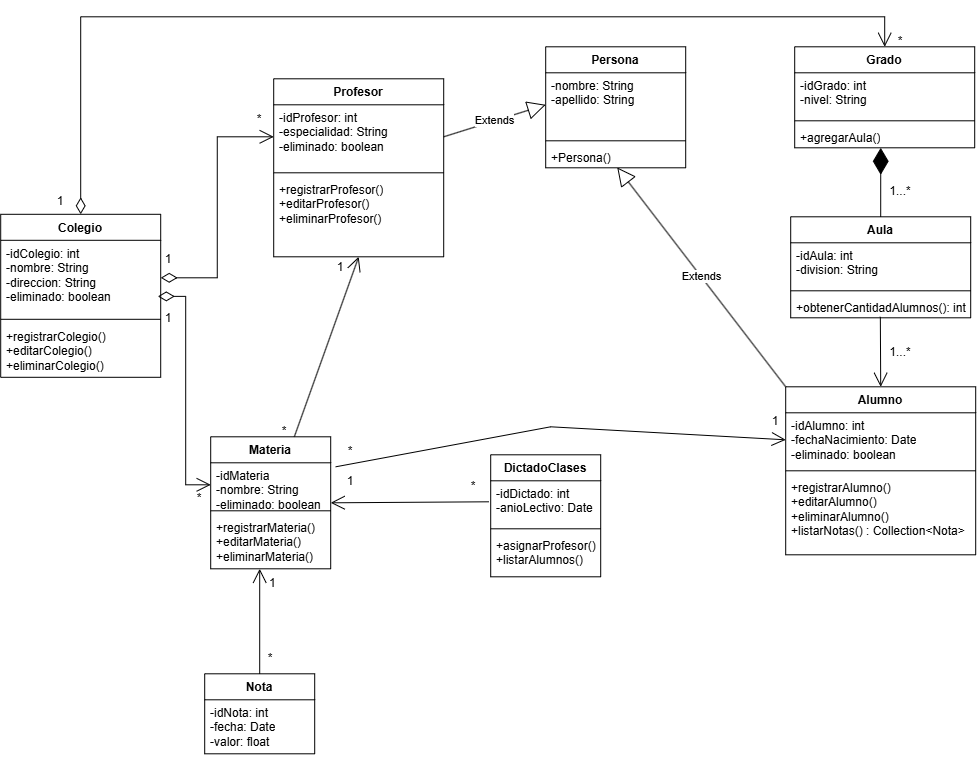
The draw.io diagram TRABAJO-PRACTICO-GUIA-NO-1/EJERCICIO6/a.AyD/DDC-NUEVAS-FUNCIONALIDADES-EJ6.drawio.png in GabrielLeiva05/IS2-2026-33-DE-ESPADAS, before a commit. Source tidied: cells renumbered, new cells last; positions are measured from the earlier drawing's top-left corner, leaving out a move shared by most shapes.
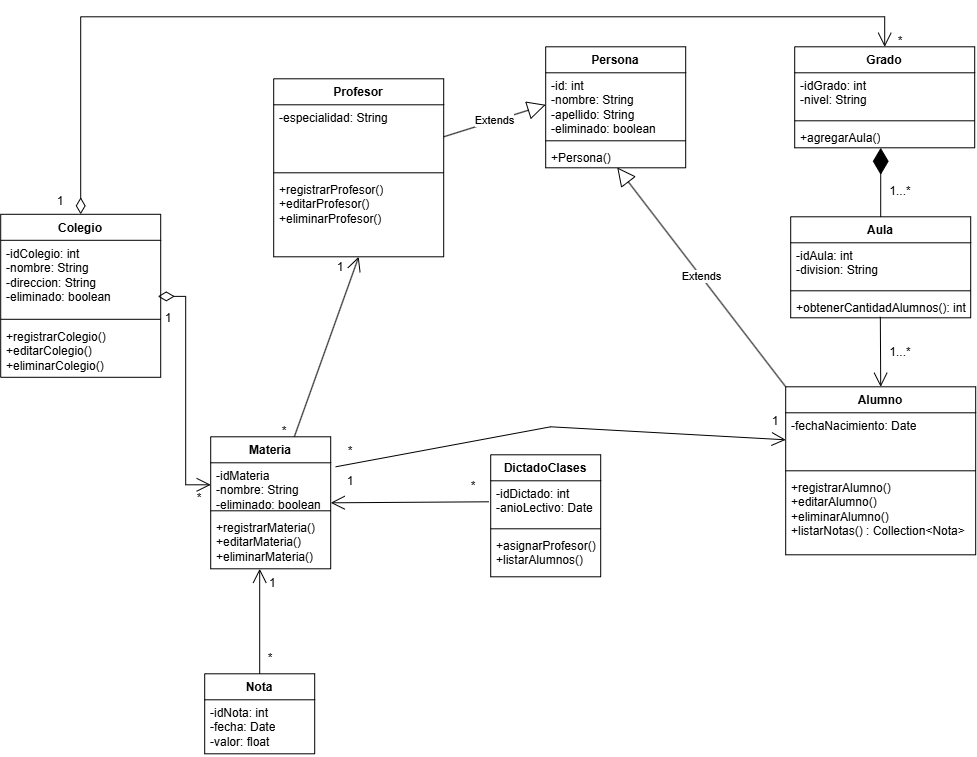
After the change.

Commit message:
Modifico el DCD del ej6.

Change to the diagram source:
```diff
@@ -5,7 +5,7 @@
     <mxCell id="2" value="Alumno" style="swimlane;fontStyle=1;align=center;verticalAlign=top;horizontal=1;startSize=26;whiteSpace=wrap;html=1;" parent="1" vertex="1">
       <mxGeometry x="785" y="370" width="190" height="168" as="geometry" />
     </mxCell>
-    <mxCell id="3" value="-idAlumno: int&lt;div&gt;-fechaNacimiento: Date&lt;/div&gt;&lt;div&gt;-eliminado: boolean&lt;/div&gt;" style="text;strokeColor=none;fillColor=none;align=left;verticalAlign=top;spacingLeft=4;spacingRight=4;overflow=hidden;points=[[0,0.5],[1,0.5]];portConstraint=eastwest;whiteSpace=wrap;html=1;" parent="2" vertex="1">
+    <mxCell id="3" value="&lt;div&gt;-fechaNacimiento: Date&lt;/div&gt;&lt;div&gt;&lt;br&gt;&lt;/div&gt;" style="text;strokeColor=none;fillColor=none;align=left;verticalAlign=top;spacingLeft=4;spacingRight=4;overflow=hidden;points=[[0,0.5],[1,0.5]];portConstraint=eastwest;whiteSpace=wrap;html=1;" parent="2" vertex="1">
       <mxGeometry y="26" width="190" height="54" as="geometry" />
     </mxCell>
     <mxCell id="4" style="line;strokeWidth=1;fillColor=none;align=left;verticalAlign=middle;spacingTop=-1;spacingLeft=3;spacingRight=3;labelPosition=right;strokeColor=inherit;" parent="2" vertex="1">
@@ -17,7 +17,7 @@
     <mxCell id="6" value="Profesor" style="swimlane;fontStyle=1;align=center;verticalAlign=top;horizontal=1;startSize=26;whiteSpace=wrap;html=1;" parent="1" vertex="1">
       <mxGeometry x="273" y="62" width="170" height="178" as="geometry" />
     </mxCell>
-    <mxCell id="7" value="-idProfesor: int&lt;div&gt;-especialidad: String&lt;/div&gt;&lt;div&gt;-eliminado: boolean&lt;/div&gt;" style="text;strokeColor=none;fillColor=none;align=left;verticalAlign=top;spacingLeft=4;spacingRight=4;overflow=hidden;points=[[0,0.5],[1,0.5]];portConstraint=eastwest;whiteSpace=wrap;html=1;" parent="6" vertex="1">
+    <mxCell id="7" value="&lt;div&gt;-especialidad: String&lt;/div&gt;&lt;div&gt;&lt;br&gt;&lt;/div&gt;" style="text;strokeColor=none;fillColor=none;align=left;verticalAlign=top;spacingLeft=4;spacingRight=4;overflow=hidden;points=[[0,0.5],[1,0.5]];portConstraint=eastwest;whiteSpace=wrap;html=1;" parent="6" vertex="1">
       <mxGeometry y="26" width="170" height="64" as="geometry" />
     </mxCell>
     <mxCell id="8" style="line;strokeWidth=1;fillColor=none;align=left;verticalAlign=middle;spacingTop=-1;spacingLeft=3;spacingRight=3;labelPosition=right;strokeColor=inherit;" parent="6" vertex="1">
@@ -128,7 +128,7 @@
     <mxCell id="43" value="Persona" style="swimlane;fontStyle=1;align=center;verticalAlign=top;horizontal=1;startSize=26;whiteSpace=wrap;html=1;" parent="1" vertex="1">
       <mxGeometry x="545" y="30" width="140" height="121" as="geometry" />
     </mxCell>
-    <mxCell id="44" value="-nombre: String&lt;div&gt;-apellido: String&lt;/div&gt;" style="text;strokeColor=none;fillColor=none;align=left;verticalAlign=top;spacingLeft=4;spacingRight=4;overflow=hidden;points=[[0,0.5],[1,0.5]];portConstraint=eastwest;whiteSpace=wrap;html=1;" parent="43" vertex="1">
+    <mxCell id="44" value="&lt;div&gt;-id: int&lt;/div&gt;-nombre: String&lt;div&gt;-apellido: String&lt;/div&gt;&lt;div&gt;-eliminado: boolean&lt;/div&gt;" style="text;strokeColor=none;fillColor=none;align=left;verticalAlign=top;spacingLeft=4;spacingRight=4;overflow=hidden;points=[[0,0.5],[1,0.5]];portConstraint=eastwest;whiteSpace=wrap;html=1;" parent="43" vertex="1">
       <mxGeometry y="26" width="140" height="64" as="geometry" />
     </mxCell>
     <mxCell id="45" style="line;strokeWidth=1;fillColor=none;align=left;verticalAlign=middle;spacingTop=-1;spacingLeft=3;spacingRight=3;labelPosition=right;strokeColor=inherit;" parent="43" vertex="1">
@@ -155,9 +155,6 @@
     <mxCell id="52" value="+registrarColegio()&lt;div&gt;+editarColegio()&lt;/div&gt;&lt;div&gt;+eliminarColegio()&lt;/div&gt;" style="text;strokeColor=none;fillColor=none;align=left;verticalAlign=top;spacingLeft=4;spacingRight=4;overflow=hidden;whiteSpace=wrap;html=1;" parent="49" vertex="1">
       <mxGeometry y="109" width="160" height="54" as="geometry" />
     </mxCell>
-    <mxCell id="53" style="endArrow=open;html=1;endSize=12;startArrow=diamondThin;startSize=14;startFill=0;edgeStyle=orthogonalEdgeStyle;align=left;verticalAlign=bottom;rounded=0;entryX=0;entryY=0.5;entryDx=0;entryDy=0;exitX=1;exitY=0.5;exitDx=0;exitDy=0;" parent="1" edge="1" source="50" target="7">
-      <mxGeometry x="-1" y="3" relative="1" as="geometry" />
-    </mxCell>
     <mxCell id="54" style="endArrow=open;html=1;endSize=12;startArrow=diamondThin;startSize=14;startFill=0;edgeStyle=orthogonalEdgeStyle;align=left;verticalAlign=bottom;rounded=0;entryX=0;entryY=0.5;entryDx=0;entryDy=0;exitX=0.982;exitY=0.748;exitDx=0;exitDy=0;exitPerimeter=0;" parent="1" edge="1" source="50" target="17">
       <mxGeometry x="-1" y="3" relative="1" as="geometry" />
     </mxCell>
@@ -172,18 +169,12 @@
     <mxCell id="56" value="1" style="text;html=1;whiteSpace=wrap;strokeColor=none;fillColor=none;align=center;verticalAlign=middle;rounded=0;" parent="1" vertex="1">
       <mxGeometry x="30" y="170" width="60" height="30" as="geometry" />
     </mxCell>
-    <mxCell id="57" value="1" style="text;html=1;whiteSpace=wrap;strokeColor=none;fillColor=none;align=center;verticalAlign=middle;rounded=0;" parent="1" vertex="1">
-      <mxGeometry x="138" y="228" width="60" height="30" as="geometry" />
-    </mxCell>
     <mxCell id="58" value="1" style="text;html=1;whiteSpace=wrap;strokeColor=none;fillColor=none;align=center;verticalAlign=middle;rounded=0;" parent="1" vertex="1">
       <mxGeometry x="138" y="287" width="60" height="30" as="geometry" />
     </mxCell>
     <mxCell id="59" value="*" style="text;html=1;whiteSpace=wrap;strokeColor=none;fillColor=none;align=center;verticalAlign=middle;rounded=0;" parent="1" vertex="1">
       <mxGeometry x="169" y="467" width="60" height="30" as="geometry" />
     </mxCell>
-    <mxCell id="60" value="*" style="text;html=1;whiteSpace=wrap;strokeColor=none;fillColor=none;align=center;verticalAlign=middle;rounded=0;" parent="1" vertex="1">
-      <mxGeometry x="229" y="88" width="60" height="30" as="geometry" />
-    </mxCell>
     <mxCell id="61" value="*" style="text;html=1;whiteSpace=wrap;strokeColor=none;fillColor=none;align=center;verticalAlign=middle;rounded=0;" parent="1" vertex="1">
       <mxGeometry x="870" y="10" width="60" height="30" as="geometry" />
     </mxCell>
```
